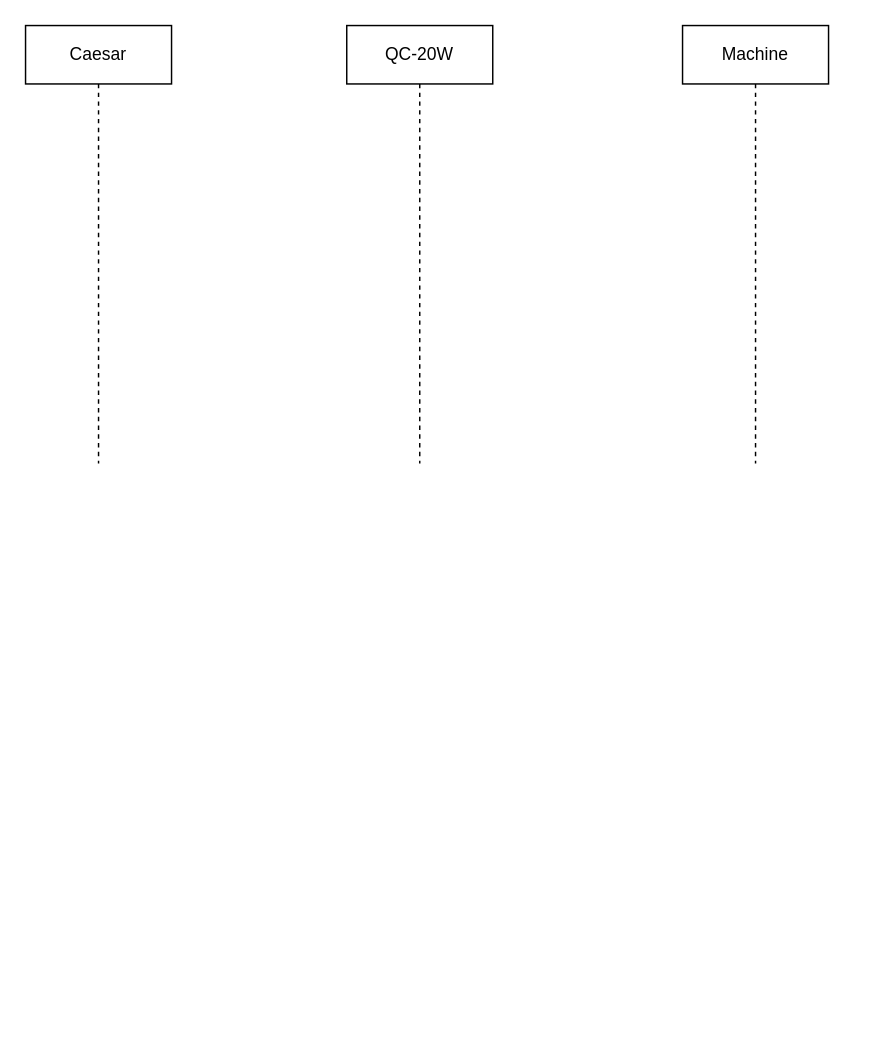
This is page "Test capture sequence diagram" (3 of 4) of Caesar Architecture.drawio from AmolSJawalkar/DrawIO, a draw.io file, before an edit. Source tidied: cells renumbered, new cells numbered last; positions are measured from the earlier drawing's top-left corner, leaving out a move shared by most shapes. Both pictures are drawn from the tidied source at 146%, with x=0, y=0 at pixel (25, 25).
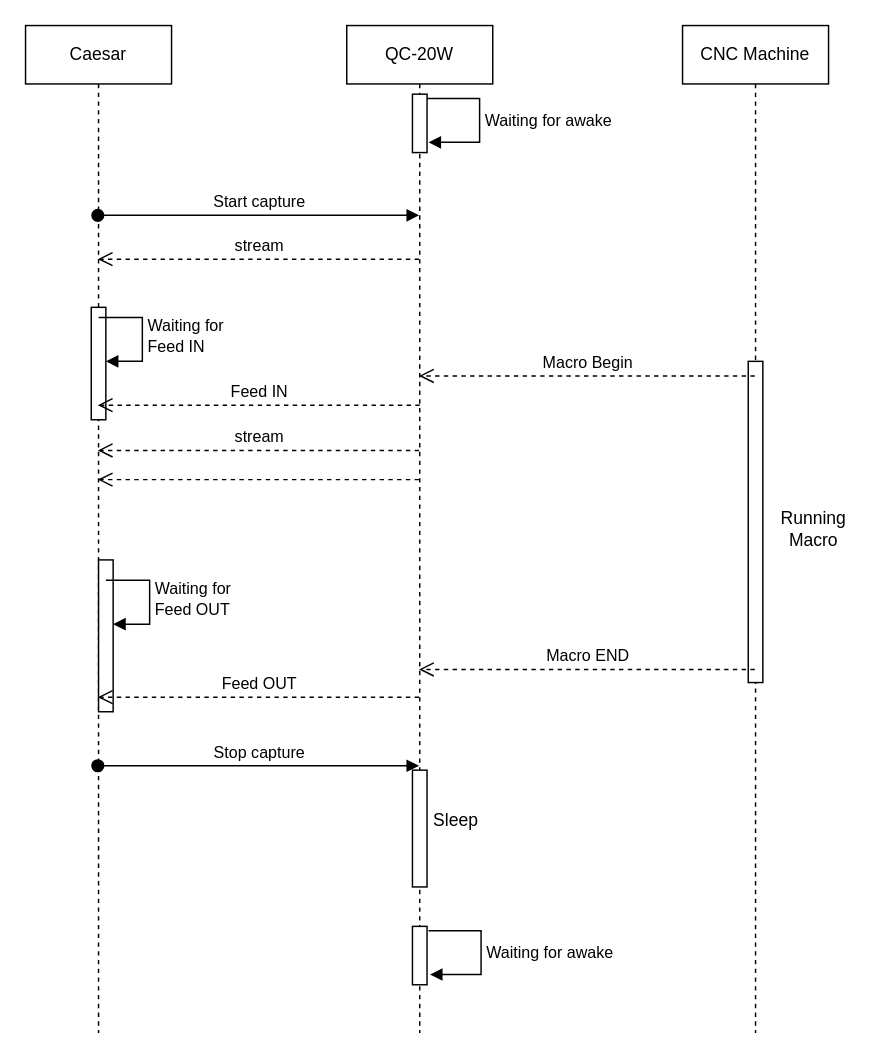
The same diagram, later.

The edit, as a diff of the source:
```diff
@@
     <mxCell id="2" value="Caesar" style="shape=umlLifeline;perimeter=lifelinePerimeter;whiteSpace=wrap;html=1;outlineConnect=0;portConstraint=eastwest;newEdgeStyle={&quot;edgeStyle&quot;:&quot;elbowEdgeStyle&quot;,&quot;elbow&quot;:&quot;vertical&quot;,&quot;curved&quot;:0,&quot;rounded&quot;:0};" parent="1" vertex="1">
-      <mxGeometry width="100" height="300" as="geometry" />
+      <mxGeometry width="100" height="690" as="geometry" />
     </mxCell>
+    <mxCell id="5" style="html=1;perimeter=orthogonalPerimeter;targetShapes=umlLifeline;newEdgeStyle={&quot;curved&quot;:0,&quot;rounded&quot;:0};" parent="2" vertex="1">
+      <mxGeometry x="45" y="193" width="10" height="77" as="geometry" />
+    </mxCell>
+    <mxCell id="6" value="Waiting for&amp;nbsp;&lt;div&gt;Feed IN&lt;/div&gt;" style="html=1;align=left;spacingLeft=2;endArrow=block;rounded=0;edgeStyle=orthogonalEdgeStyle;curved=0;rounded=0;" parent="2" edge="1">
+      <mxGeometry relative="1" as="geometry">
+        <mxPoint x="50" y="200" as="sourcePoint" />
+        <mxPoint x="55" y="230" as="targetPoint" />
+        <Array as="points">
+          <mxPoint x="80" y="230" />
+        </Array>
+      </mxGeometry>
+    </mxCell>
+    <mxCell id="7" style="html=1;perimeter=orthogonalPerimeter;targetShapes=umlLifeline;newEdgeStyle={&quot;curved&quot;:0,&quot;rounded&quot;:0};" parent="2" vertex="1">
+      <mxGeometry x="50" y="366" width="10" height="104" as="geometry" />
+    </mxCell>
+    <mxCell id="8" value="Waiting for&lt;div&gt;Feed OUT&lt;/div&gt;" style="html=1;align=left;spacingLeft=2;endArrow=block;rounded=0;edgeStyle=orthogonalEdgeStyle;curved=0;rounded=0;" parent="2" edge="1">
+      <mxGeometry relative="1" as="geometry">
+        <mxPoint x="55" y="380" as="sourcePoint" />
+        <mxPoint x="60" y="410" as="targetPoint" />
+        <Array as="points">
+          <mxPoint x="85" y="410" />
+        </Array>
+      </mxGeometry>
+    </mxCell>
     <mxCell id="3" value="QC-20W" style="shape=umlLifeline;perimeter=lifelinePerimeter;whiteSpace=wrap;html=1;outlineConnect=0;portConstraint=eastwest;newEdgeStyle={&quot;edgeStyle&quot;:&quot;elbowEdgeStyle&quot;,&quot;elbow&quot;:&quot;vertical&quot;,&quot;curved&quot;:0,&quot;rounded&quot;:0};" parent="1" vertex="1">
-      <mxGeometry x="220" width="100" height="300" as="geometry" />
+      <mxGeometry x="220" width="100" height="690" as="geometry" />
     </mxCell>
+    <mxCell id="9" style="html=1;perimeter=orthogonalPerimeter;targetShapes=umlLifeline;newEdgeStyle={&quot;curved&quot;:0,&quot;rounded&quot;:0};" parent="3" vertex="1">
+      <mxGeometry x="45" y="617" width="10" height="40" as="geometry" />
+    </mxCell>
+    <mxCell id="10" value="Waiting for awake" style="html=1;align=left;spacingLeft=2;endArrow=block;rounded=0;edgeStyle=orthogonalEdgeStyle;curved=0;rounded=0;" parent="3" edge="1">
+      <mxGeometry relative="1" as="geometry">
+        <mxPoint x="55" y="50" as="sourcePoint" />
+        <mxPoint x="56" y="80" as="targetPoint" />
+        <Array as="points">
+          <mxPoint x="91" y="50" />
+          <mxPoint x="91" y="80" />
+        </Array>
+      </mxGeometry>
+    </mxCell>
+    <mxCell id="11" style="html=1;perimeter=orthogonalPerimeter;targetShapes=umlLifeline;newEdgeStyle={&quot;curved&quot;:0,&quot;rounded&quot;:0};" parent="3" vertex="1">
+      <mxGeometry x="45" y="510" width="10" height="80" as="geometry" />
+    </mxCell>
-    <mxCell id="4" value="Machine" style="shape=umlLifeline;perimeter=lifelinePerimeter;whiteSpace=wrap;html=1;outlineConnect=0;portConstraint=eastwest;newEdgeStyle={&quot;curved&quot;:0,&quot;rounded&quot;:0};" parent="1" vertex="1">
-      <mxGeometry x="450" width="100" height="300" as="geometry" />
+    <mxCell id="4" value="CNC Machine" style="shape=umlLifeline;perimeter=lifelinePerimeter;whiteSpace=wrap;html=1;outlineConnect=0;portConstraint=eastwest;newEdgeStyle={&quot;curved&quot;:0,&quot;rounded&quot;:0};" parent="1" vertex="1">
+      <mxGeometry x="450" width="100" height="690" as="geometry" />
     </mxCell>
+    <mxCell id="12" style="html=1;perimeter=orthogonalPerimeter;targetShapes=umlLifeline;newEdgeStyle={&quot;curved&quot;:0,&quot;rounded&quot;:0};" parent="4" vertex="1">
+      <mxGeometry x="45" y="230" width="10" height="220" as="geometry" />
+    </mxCell>
+    <mxCell id="13" value="Start capture" style="html=1;verticalAlign=bottom;startArrow=oval;startFill=1;endArrow=block;startSize=8;curved=0;rounded=0;" parent="1" edge="1">
+      <mxGeometry relative="1" as="geometry">
+        <mxPoint x="49.5" y="130" as="sourcePoint" />
+        <mxPoint x="269.5" y="130" as="targetPoint" />
+      </mxGeometry>
+    </mxCell>
+    <mxCell id="14" value="stream" style="html=1;verticalAlign=bottom;endArrow=open;dashed=1;endSize=8;curved=0;rounded=0;" parent="1" edge="1">
+      <mxGeometry relative="1" as="geometry">
+        <mxPoint x="269.5" y="160" as="sourcePoint" />
+        <mxPoint x="49.5" y="160" as="targetPoint" />
+      </mxGeometry>
+    </mxCell>
+    <mxCell id="15" value="Feed IN" style="html=1;verticalAlign=bottom;endArrow=open;dashed=1;endSize=8;curved=0;rounded=0;" parent="1" edge="1" target="2">
+      <mxGeometry relative="1" as="geometry">
+        <mxPoint x="270" y="260" as="sourcePoint" />
+      </mxGeometry>
+    </mxCell>
+    <mxCell id="16" value="Macro Begin" style="html=1;verticalAlign=bottom;endArrow=open;dashed=1;endSize=8;curved=0;rounded=0;" parent="1" edge="1" source="4" target="3">
+      <mxGeometry relative="1" as="geometry">
+        <Array as="points">
+          <mxPoint x="380" y="240" />
+        </Array>
+      </mxGeometry>
+    </mxCell>
+    <mxCell id="17" value="stream" style="html=1;verticalAlign=bottom;endArrow=open;dashed=1;endSize=8;curved=0;rounded=0;" parent="1" edge="1">
+      <mxGeometry relative="1" as="geometry">
+        <mxPoint x="269.5" y="291" as="sourcePoint" />
+        <mxPoint x="49.5" y="291" as="targetPoint" />
+      </mxGeometry>
+    </mxCell>
+    <mxCell id="18" style="html=1;verticalAlign=bottom;endArrow=open;dashed=1;endSize=8;curved=0;rounded=0;" parent="1" edge="1">
+      <mxGeometry relative="1" as="geometry">
+        <mxPoint x="269.5" y="311" as="sourcePoint" />
+        <mxPoint x="49.5" y="311" as="targetPoint" />
+      </mxGeometry>
+    </mxCell>
+    <mxCell id="19" value="Macro END" style="html=1;verticalAlign=bottom;endArrow=open;dashed=1;endSize=8;curved=0;rounded=0;" parent="1" edge="1">
+      <mxGeometry relative="1" as="geometry">
+        <mxPoint x="499.5" y="441" as="sourcePoint" />
+        <mxPoint x="269.5" y="441" as="targetPoint" />
+        <Array as="points">
+          <mxPoint x="380" y="441" />
+        </Array>
+      </mxGeometry>
+    </mxCell>
+    <mxCell id="20" value="Feed OUT" style="html=1;verticalAlign=bottom;endArrow=open;dashed=1;endSize=8;curved=0;rounded=0;" parent="1" edge="1" target="2">
+      <mxGeometry relative="1" as="geometry">
+        <mxPoint x="269.5" y="460" as="sourcePoint" />
+      </mxGeometry>
+    </mxCell>
+    <mxCell id="21" value="Stop capture" style="html=1;verticalAlign=bottom;startArrow=oval;startFill=1;endArrow=block;startSize=8;curved=0;rounded=0;" parent="1" edge="1">
+      <mxGeometry relative="1" as="geometry">
+        <mxPoint x="49.5" y="507" as="sourcePoint" />
+        <mxPoint x="269.5" y="507" as="targetPoint" />
+      </mxGeometry>
+    </mxCell>
+    <mxCell id="22" value="Sleep" style="text;html=1;align=center;verticalAlign=middle;whiteSpace=wrap;rounded=0;" parent="1" vertex="1">
+      <mxGeometry x="265" y="530" width="60" height="30" as="geometry" />
+    </mxCell>
+    <mxCell id="23" value="Running Macro" style="text;html=1;align=center;verticalAlign=middle;whiteSpace=wrap;rounded=0;" parent="1" vertex="1">
+      <mxGeometry x="510" y="330" width="60" height="30" as="geometry" />
+    </mxCell>
+    <mxCell id="24" style="html=1;perimeter=orthogonalPerimeter;targetShapes=umlLifeline;newEdgeStyle={&quot;curved&quot;:0,&quot;rounded&quot;:0};" parent="1" vertex="1">
+      <mxGeometry x="265" y="47" width="10" height="40" as="geometry" />
+    </mxCell>
+    <mxCell id="25" value="Waiting for awake" style="html=1;align=left;spacingLeft=2;endArrow=block;rounded=0;edgeStyle=orthogonalEdgeStyle;curved=0;rounded=0;" parent="1" edge="1">
+      <mxGeometry relative="1" as="geometry">
+        <mxPoint x="276" y="620" as="sourcePoint" />
+        <mxPoint x="277" y="650" as="targetPoint" />
+        <Array as="points">
+          <mxPoint x="312" y="620" />
+          <mxPoint x="312" y="650" />
+        </Array>
+      </mxGeometry>
+    </mxCell>
```
